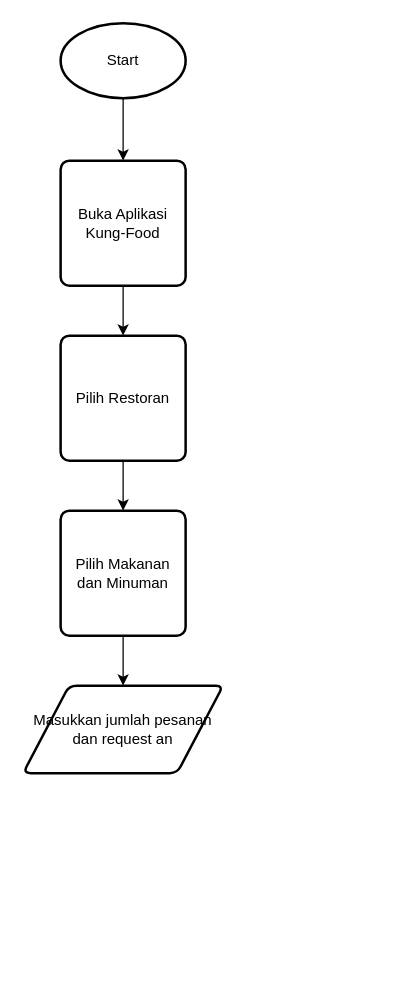
Before: flowchart.drawio in christianasc30/Christian_Antonio-Food_Order_App, a draw.io diagram. Source tidied: cells renumbered, new cells numbered last; positions are measured from the earlier drawing's top-left corner, leaving out a move shared by most shapes. Both pictures are drawn from the tidied source at 125%, with x=0, y=0 at pixel (22, 22).
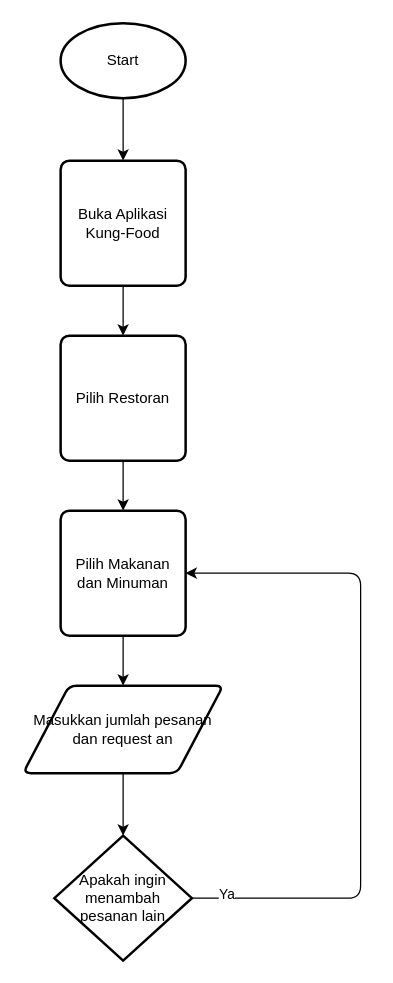
The same diagram, later.

Commit message:
Membuat percabangan apakah ingin menambah pesanan dan kondisi True

Diff of the diagram source:
```diff
@@
 <mxGraphModel>
   <root>
     <mxCell id="0" />
     <mxCell id="1" parent="0" />
     <mxCell id="2" style="edgeStyle=none;html=1;exitX=0.5;exitY=1;exitDx=0;exitDy=0;exitPerimeter=0;entryX=0.5;entryY=0;entryDx=0;entryDy=0;" parent="1" edge="1" source="3" target="5">
       <mxGeometry relative="1" as="geometry" />
     </mxCell>
     <mxCell id="3" value="Start" style="strokeWidth=2;html=1;shape=mxgraph.flowchart.start_1;whiteSpace=wrap;" parent="1" vertex="1">
       <mxGeometry x="30" width="100" height="60" as="geometry" />
     </mxCell>
     <mxCell id="4" style="edgeStyle=none;html=1;exitX=0.5;exitY=1;exitDx=0;exitDy=0;entryX=0.5;entryY=0;entryDx=0;entryDy=0;" parent="1" edge="1" source="5" target="7">
       <mxGeometry relative="1" as="geometry" />
     </mxCell>
     <mxCell id="5" value="Buka Aplikasi Kung-Food" style="rounded=1;whiteSpace=wrap;html=1;absoluteArcSize=1;arcSize=14;strokeWidth=2;" parent="1" vertex="1">
       <mxGeometry x="30" y="110" width="100" height="100" as="geometry" />
     </mxCell>
     <mxCell id="6" style="edgeStyle=none;html=1;exitX=0.5;exitY=1;exitDx=0;exitDy=0;entryX=0.5;entryY=0;entryDx=0;entryDy=0;" parent="1" edge="1" source="7" target="9">
       <mxGeometry relative="1" as="geometry" />
     </mxCell>
     <mxCell id="7" value="Pilih Restoran" style="rounded=1;whiteSpace=wrap;html=1;absoluteArcSize=1;arcSize=14;strokeWidth=2;" parent="1" vertex="1">
       <mxGeometry x="30" y="250" width="100" height="100" as="geometry" />
     </mxCell>
     <mxCell id="8" style="edgeStyle=none;html=1;exitX=0.5;exitY=1;exitDx=0;exitDy=0;entryX=0.5;entryY=0;entryDx=0;entryDy=0;" parent="1" edge="1" source="9" target="10">
       <mxGeometry relative="1" as="geometry" />
     </mxCell>
     <mxCell id="9" value="Pilih Makanan dan Minuman" style="rounded=1;whiteSpace=wrap;html=1;absoluteArcSize=1;arcSize=14;strokeWidth=2;" parent="1" vertex="1">
       <mxGeometry x="30" y="390" width="100" height="100" as="geometry" />
     </mxCell>
+    <mxCell id="11" style="edgeStyle=none;html=1;exitX=0.5;exitY=1;exitDx=0;exitDy=0;entryX=0.5;entryY=0;entryDx=0;entryDy=0;entryPerimeter=0;" parent="1" edge="1" source="10" target="14">
+      <mxGeometry relative="1" as="geometry" />
+    </mxCell>
     <mxCell id="10" value="Masukkan jumlah pesanan dan request an" style="shape=parallelogram;html=1;strokeWidth=2;perimeter=parallelogramPerimeter;whiteSpace=wrap;rounded=1;arcSize=12;size=0.23;" parent="1" vertex="1">
       <mxGeometry y="530" width="160" height="70" as="geometry" />
     </mxCell>
+    <mxCell id="12" style="edgeStyle=none;html=1;exitX=1;exitY=0.5;exitDx=0;exitDy=0;exitPerimeter=0;entryX=1;entryY=0.5;entryDx=0;entryDy=0;" parent="1" edge="1" source="14" target="9">
+      <mxGeometry relative="1" as="geometry">
+        <Array as="points">
+          <mxPoint x="270" y="700" />
+          <mxPoint x="270" y="440" />
+        </Array>
+      </mxGeometry>
+    </mxCell>
+    <mxCell id="13" value="Ya" style="edgeLabel;html=1;align=center;verticalAlign=middle;" parent="12" vertex="1">
+      <mxGeometry x="-0.9" y="4" relative="1" as="geometry" />
+    </mxCell>
+    <mxCell id="14" value="Apakah ingin menambah pesanan lain" style="strokeWidth=2;html=1;shape=mxgraph.flowchart.decision;whiteSpace=wrap;" parent="1" vertex="1">
+      <mxGeometry x="25" y="650" width="110" height="100" as="geometry" />
+    </mxCell>
   </root>
 </mxGraphModel>
```
